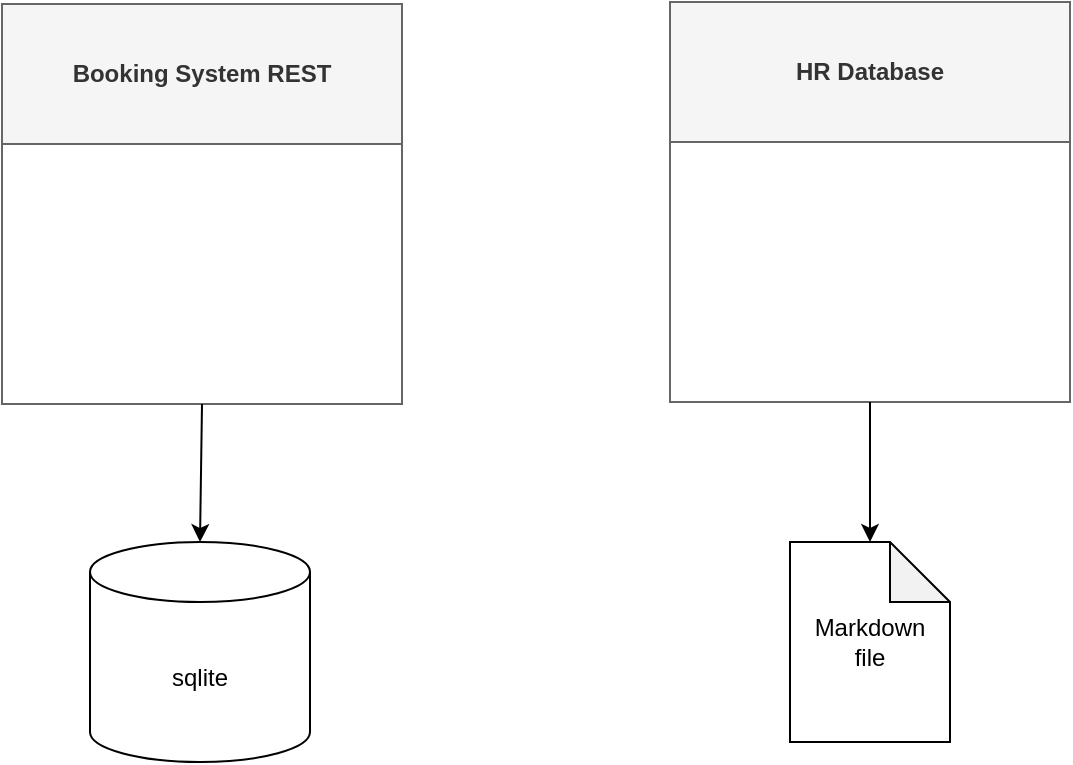
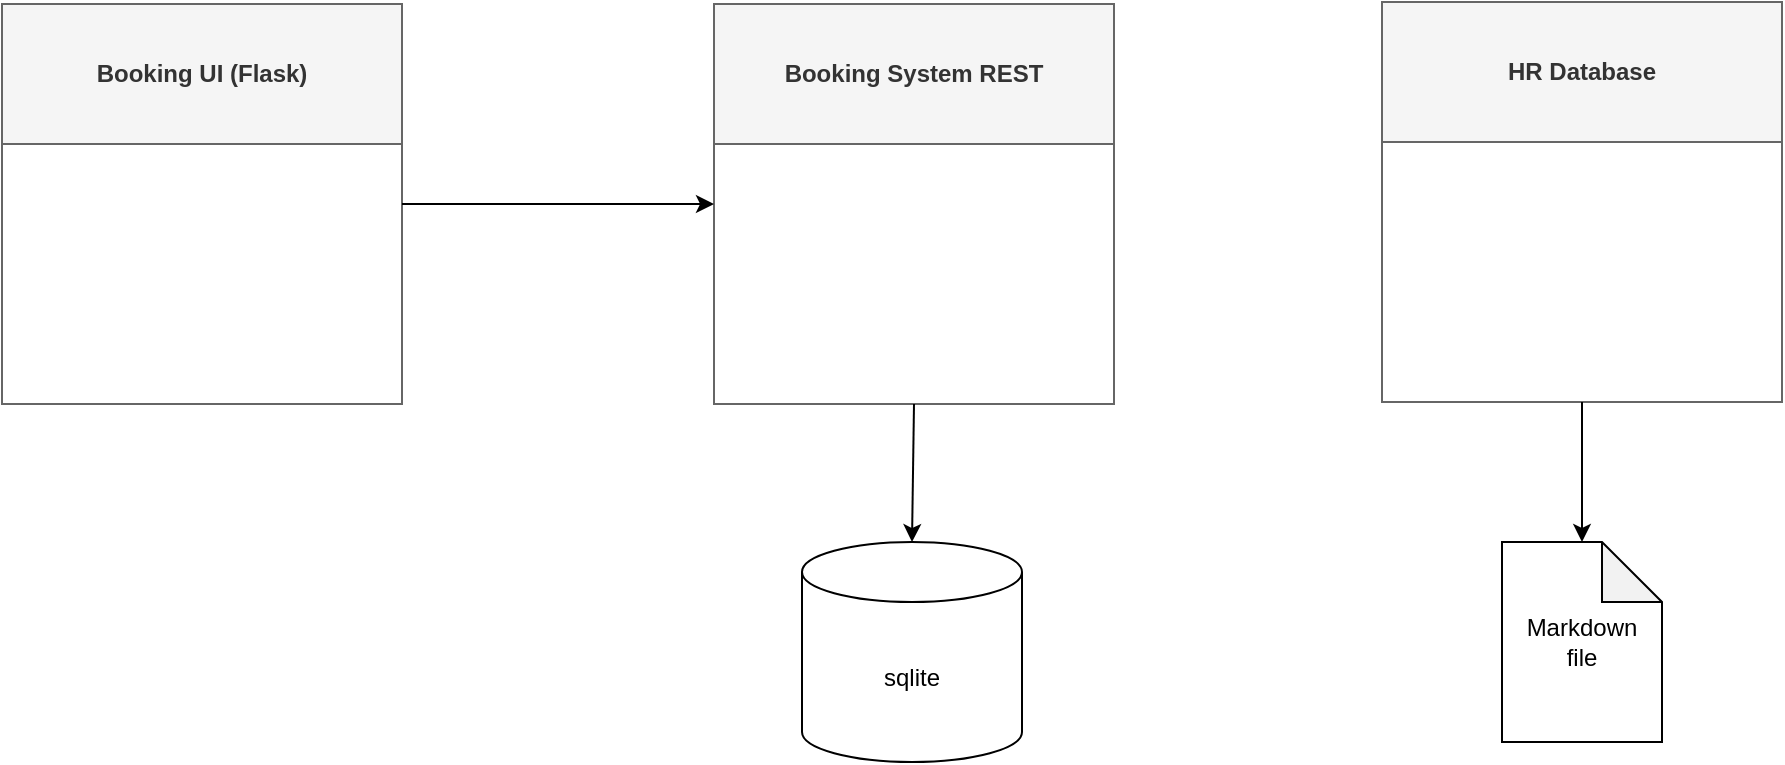
- <mxfile host="Electron" agent="Mozilla/5.0 (Macintosh; Intel Mac OS X 10_15_7) AppleWebKit/537.36 (KHTML, like Gecko) draw.io/28.0.6 Chrome/138.0.7204.100 Electron/37.2.3 Safari/537.36" version="28.0.6">
-   <diagram name="Page-1" id="oSzGu3YSpmeSQrcyzl7i">
-     <mxGraphModel dx="1002" dy="766" grid="1" gridSize="10" guides="1" tooltips="1" connect="1" arrows="1" fold="1" page="1" pageScale="1" pageWidth="850" pageHeight="1100" math="0" shadow="0">
+ <mxfile host="Electron" agent="Mozilla/5.0 (Macintosh; Intel Mac OS X 10_15_7) AppleWebKit/537.36 (KHTML, like Gecko) draw.io/28.0.6 Chrome/138.0.7204.100 Electron/37.2.3 Safari/537.36" version="28.0.6" pages="2">
+   <diagram name="Applications" id="oSzGu3YSpmeSQrcyzl7i">
+     <mxGraphModel dx="1852" dy="766" grid="1" gridSize="10" guides="1" tooltips="1" connect="1" arrows="1" fold="1" page="1" pageScale="1" pageWidth="850" pageHeight="1100" math="0" shadow="0">
      <root>
        <mxCell id="0" />
        <mxCell id="1" parent="0" />
-         <mxCell id="qzX9WnzFwtqkp_D5N4OY-1" value="Booking System REST" style="swimlane;whiteSpace=wrap;html=1;fillColor=#f5f5f5;fontColor=#333333;strokeColor=#666666;startSize=70;" vertex="1" parent="1">
+         <mxCell id="qzX9WnzFwtqkp_D5N4OY-1" value="Booking System REST" style="swimlane;whiteSpace=wrap;html=1;fillColor=#f5f5f5;fontColor=#333333;strokeColor=#666666;startSize=70;" parent="1" vertex="1">
          <mxGeometry x="66" y="201" width="200" height="200" as="geometry" />
        </mxCell>
-         <mxCell id="qzX9WnzFwtqkp_D5N4OY-2" value="HR Database" style="swimlane;whiteSpace=wrap;html=1;fillColor=#f5f5f5;fontColor=#333333;strokeColor=#666666;startSize=70;" vertex="1" parent="1">
+         <mxCell id="qzX9WnzFwtqkp_D5N4OY-2" value="HR Database" style="swimlane;whiteSpace=wrap;html=1;fillColor=#f5f5f5;fontColor=#333333;strokeColor=#666666;startSize=70;" parent="1" vertex="1">
          <mxGeometry x="400" y="200" width="200" height="200" as="geometry" />
        </mxCell>
-         <mxCell id="qzX9WnzFwtqkp_D5N4OY-3" value="sqlite" style="shape=cylinder3;whiteSpace=wrap;html=1;boundedLbl=1;backgroundOutline=1;size=15;" vertex="1" parent="1">
+         <mxCell id="qzX9WnzFwtqkp_D5N4OY-3" value="sqlite" style="shape=cylinder3;whiteSpace=wrap;html=1;boundedLbl=1;backgroundOutline=1;size=15;" parent="1" vertex="1">
          <mxGeometry x="110" y="470" width="110" height="110" as="geometry" />
        </mxCell>
-         <mxCell id="qzX9WnzFwtqkp_D5N4OY-4" value="" style="endArrow=classic;html=1;rounded=0;entryX=0.5;entryY=0;entryDx=0;entryDy=0;entryPerimeter=0;exitX=0.5;exitY=1;exitDx=0;exitDy=0;" edge="1" parent="1" source="qzX9WnzFwtqkp_D5N4OY-1" target="qzX9WnzFwtqkp_D5N4OY-3">
+         <mxCell id="qzX9WnzFwtqkp_D5N4OY-4" value="" style="endArrow=classic;html=1;rounded=0;entryX=0.5;entryY=0;entryDx=0;entryDy=0;entryPerimeter=0;exitX=0.5;exitY=1;exitDx=0;exitDy=0;" parent="1" source="qzX9WnzFwtqkp_D5N4OY-1" target="qzX9WnzFwtqkp_D5N4OY-3" edge="1">
          <mxGeometry width="50" height="50" relative="1" as="geometry">
            <mxPoint x="170" y="400" as="sourcePoint" />
            <mxPoint x="450" y="370" as="targetPoint" />
          </mxGeometry>
        </mxCell>
-         <mxCell id="qzX9WnzFwtqkp_D5N4OY-5" value="Markdown&lt;br&gt;file" style="shape=note;whiteSpace=wrap;html=1;backgroundOutline=1;darkOpacity=0.05;" vertex="1" parent="1">
+         <mxCell id="qzX9WnzFwtqkp_D5N4OY-5" value="Markdown&lt;br&gt;file" style="shape=note;whiteSpace=wrap;html=1;backgroundOutline=1;darkOpacity=0.05;" parent="1" vertex="1">
          <mxGeometry x="460" y="470" width="80" height="100" as="geometry" />
        </mxCell>
-         <mxCell id="qzX9WnzFwtqkp_D5N4OY-6" value="" style="endArrow=classic;html=1;rounded=0;" edge="1" parent="1" target="qzX9WnzFwtqkp_D5N4OY-5">
+         <mxCell id="qzX9WnzFwtqkp_D5N4OY-6" value="" style="endArrow=classic;html=1;rounded=0;" parent="1" target="qzX9WnzFwtqkp_D5N4OY-5" edge="1">
          <mxGeometry width="50" height="50" relative="1" as="geometry">
            <mxPoint x="500" y="400" as="sourcePoint" />
            <mxPoint x="160" y="509" as="targetPoint" />
+           </mxGeometry>
+         </mxCell>
+         <mxCell id="su3ld8BRk4cUV_1eZcp0-1" value="Booking UI (Flask)" style="swimlane;whiteSpace=wrap;html=1;fillColor=#f5f5f5;fontColor=#333333;strokeColor=#666666;startSize=70;" vertex="1" parent="1">
+           <mxGeometry x="-290" y="201" width="200" height="200" as="geometry" />
+         </mxCell>
+         <mxCell id="su3ld8BRk4cUV_1eZcp0-2" value="" style="endArrow=classic;html=1;rounded=0;entryX=0;entryY=0.5;entryDx=0;entryDy=0;exitX=1;exitY=0.5;exitDx=0;exitDy=0;" edge="1" parent="1" source="su3ld8BRk4cUV_1eZcp0-1" target="qzX9WnzFwtqkp_D5N4OY-1">
+           <mxGeometry width="50" height="50" relative="1" as="geometry">
+             <mxPoint x="-80" y="490" as="sourcePoint" />
+             <mxPoint x="-30" y="440" as="targetPoint" />
+           </mxGeometry>
+         </mxCell>
+       </root>
+     </mxGraphModel>
+   </diagram>
+   <diagram name="Booking-Applications-Code-Engine" id="nPKPXMmHZ0pNjxZktcz5">
+     <mxGraphModel dx="3522" dy="2493" grid="1" gridSize="10" guides="1" tooltips="1" connect="1" arrows="1" fold="1" page="1" pageScale="1" pageWidth="850" pageHeight="1100" math="0" shadow="0">
+       <root>
+         <mxCell id="cYeO8ZuXjka0N3bMbHgs-0" />
+         <mxCell id="cYeO8ZuXjka0N3bMbHgs-1" parent="cYeO8ZuXjka0N3bMbHgs-0" />
+         <mxCell id="cYeO8ZuXjka0N3bMbHgs-9" value="" style="endArrow=classic;html=1;rounded=0;entryX=0;entryY=0.5;entryDx=0;entryDy=0;exitX=1;exitY=0.5;exitDx=0;exitDy=0;" edge="1" parent="cYeO8ZuXjka0N3bMbHgs-1" source="cYeO8ZuXjka0N3bMbHgs-8" target="cYeO8ZuXjka0N3bMbHgs-2">
+           <mxGeometry width="50" height="50" relative="1" as="geometry">
+             <mxPoint x="-80" y="490" as="sourcePoint" />
+             <mxPoint x="-30" y="440" as="targetPoint" />
+           </mxGeometry>
+         </mxCell>
+         <mxCell id="QI_yjghXDi1hATWqJZYk-2" value="Application" style="swimlane;whiteSpace=wrap;html=1;fillColor=#dae8fc;strokeColor=#6c8ebf;" vertex="1" parent="cYeO8ZuXjka0N3bMbHgs-1">
+           <mxGeometry x="-400" y="90" width="330" height="570" as="geometry" />
+         </mxCell>
+         <mxCell id="QI_yjghXDi1hATWqJZYk-0" value="Container" style="swimlane;whiteSpace=wrap;html=1;fillColor=#dae8fc;strokeColor=#6c8ebf;" vertex="1" parent="QI_yjghXDi1hATWqJZYk-2">
+           <mxGeometry x="30" y="50" width="270" height="490" as="geometry" />
+         </mxCell>
+         <mxCell id="cYeO8ZuXjka0N3bMbHgs-8" value="Booking UI (Flask)" style="swimlane;whiteSpace=wrap;html=1;fillColor=#f5f5f5;fontColor=#333333;strokeColor=#666666;startSize=70;" vertex="1" parent="QI_yjghXDi1hATWqJZYk-0">
+           <mxGeometry x="35" y="61" width="200" height="200" as="geometry" />
+         </mxCell>
+         <mxCell id="QI_yjghXDi1hATWqJZYk-3" value="Application" style="swimlane;whiteSpace=wrap;html=1;fillColor=#dae8fc;strokeColor=#6c8ebf;" vertex="1" parent="cYeO8ZuXjka0N3bMbHgs-1">
+           <mxGeometry x="10" y="90" width="330" height="570" as="geometry" />
+         </mxCell>
+         <mxCell id="QI_yjghXDi1hATWqJZYk-1" value="Container" style="swimlane;whiteSpace=wrap;html=1;fillColor=#dae8fc;strokeColor=#6c8ebf;" vertex="1" parent="QI_yjghXDi1hATWqJZYk-3">
+           <mxGeometry x="30" y="50" width="270" height="490" as="geometry" />
+         </mxCell>
+         <mxCell id="cYeO8ZuXjka0N3bMbHgs-2" value="Booking System REST" style="swimlane;whiteSpace=wrap;html=1;fillColor=#f5f5f5;fontColor=#333333;strokeColor=#666666;startSize=70;" vertex="1" parent="QI_yjghXDi1hATWqJZYk-1">
+           <mxGeometry x="35" y="61" width="200" height="200" as="geometry" />
+         </mxCell>
+         <mxCell id="cYeO8ZuXjka0N3bMbHgs-5" value="" style="endArrow=classic;html=1;rounded=0;entryX=0.5;entryY=0;entryDx=0;entryDy=0;entryPerimeter=0;exitX=0.5;exitY=1;exitDx=0;exitDy=0;" edge="1" parent="QI_yjghXDi1hATWqJZYk-1" source="cYeO8ZuXjka0N3bMbHgs-2" target="cYeO8ZuXjka0N3bMbHgs-4">
+           <mxGeometry width="50" height="50" relative="1" as="geometry">
+             <mxPoint x="139" y="260" as="sourcePoint" />
+             <mxPoint x="419" y="230" as="targetPoint" />
+           </mxGeometry>
+         </mxCell>
+         <mxCell id="cYeO8ZuXjka0N3bMbHgs-4" value="sqlite" style="shape=cylinder3;whiteSpace=wrap;html=1;boundedLbl=1;backgroundOutline=1;size=15;" vertex="1" parent="QI_yjghXDi1hATWqJZYk-1">
+           <mxGeometry x="79" y="330" width="110" height="110" as="geometry" />
+         </mxCell>
+         <mxCell id="QI_yjghXDi1hATWqJZYk-4" value="url" style="text;html=1;align=center;verticalAlign=middle;whiteSpace=wrap;rounded=0;" vertex="1" parent="cYeO8ZuXjka0N3bMbHgs-1">
+           <mxGeometry x="-60" y="270" width="60" height="30" as="geometry" />
+         </mxCell>
+         <mxCell id="QI_yjghXDi1hATWqJZYk-7" value="Project" style="swimlane;whiteSpace=wrap;html=1;fillColor=#dae8fc;strokeColor=#6c8ebf;" vertex="1" parent="cYeO8ZuXjka0N3bMbHgs-1">
+           <mxGeometry x="-425" y="40" width="785" height="640" as="geometry" />
+         </mxCell>
+         <mxCell id="QI_yjghXDi1hATWqJZYk-8" value="Code Engine" style="swimlane;whiteSpace=wrap;html=1;fillColor=#dae8fc;strokeColor=#6c8ebf;" vertex="1" parent="cYeO8ZuXjka0N3bMbHgs-1">
+           <mxGeometry x="-460" width="840" height="700" as="geometry" />
+         </mxCell>
+         <mxCell id="QI_yjghXDi1hATWqJZYk-9" value="Container Registry" style="swimlane;whiteSpace=wrap;html=1;fillColor=#dae8fc;strokeColor=#6c8ebf;" vertex="1" parent="cYeO8ZuXjka0N3bMbHgs-1">
+           <mxGeometry x="425" width="265" height="700" as="geometry" />
+         </mxCell>
+         <mxCell id="QI_yjghXDi1hATWqJZYk-10" value="Booking UI (Flask)&lt;br&gt;Container Image" style="swimlane;whiteSpace=wrap;html=1;fillColor=#f5f5f5;fontColor=#333333;strokeColor=#666666;startSize=70;" vertex="1" parent="QI_yjghXDi1hATWqJZYk-9">
+           <mxGeometry x="35" y="150" width="200" height="200" as="geometry" />
+         </mxCell>
+         <mxCell id="QI_yjghXDi1hATWqJZYk-11" value="Booking System REST" style="swimlane;whiteSpace=wrap;html=1;fillColor=#f5f5f5;fontColor=#333333;strokeColor=#666666;startSize=70;" vertex="1" parent="QI_yjghXDi1hATWqJZYk-9">
+           <mxGeometry x="35" y="400" width="200" height="200" as="geometry" />
+         </mxCell>
+         <mxCell id="QI_yjghXDi1hATWqJZYk-12" value="IBM Cloud" style="swimlane;whiteSpace=wrap;html=1;fillColor=#0050ef;fontColor=#ffffff;strokeColor=#001DBC;" vertex="1" parent="cYeO8ZuXjka0N3bMbHgs-1">
+           <mxGeometry x="-470" y="-40" width="1180" height="770" as="geometry" />
+         </mxCell>
+         <mxCell id="QI_yjghXDi1hATWqJZYk-13" value="" style="endArrow=none;dashed=1;html=1;dashPattern=1 3;strokeWidth=2;rounded=0;entryX=0;entryY=0.5;entryDx=0;entryDy=0;exitX=1;exitY=0.5;exitDx=0;exitDy=0;" edge="1" parent="cYeO8ZuXjka0N3bMbHgs-1" source="QI_yjghXDi1hATWqJZYk-1" target="QI_yjghXDi1hATWqJZYk-11">
+           <mxGeometry width="50" height="50" relative="1" as="geometry">
+             <mxPoint y="210" as="sourcePoint" />
+             <mxPoint x="50" y="160" as="targetPoint" />
+             <Array as="points">
+               <mxPoint x="410" y="385" />
+               <mxPoint x="410" y="500" />
+             </Array>
+           </mxGeometry>
+         </mxCell>
+         <mxCell id="QI_yjghXDi1hATWqJZYk-14" value="" style="endArrow=none;dashed=1;html=1;dashPattern=1 3;strokeWidth=2;rounded=0;exitX=1;exitY=0.5;exitDx=0;exitDy=0;entryX=0;entryY=0.5;entryDx=0;entryDy=0;" edge="1" parent="cYeO8ZuXjka0N3bMbHgs-1" source="QI_yjghXDi1hATWqJZYk-2" target="QI_yjghXDi1hATWqJZYk-10">
+           <mxGeometry width="50" height="50" relative="1" as="geometry">
+             <mxPoint y="210" as="sourcePoint" />
+             <mxPoint x="50" y="160" as="targetPoint" />
+             <Array as="points">
+               <mxPoint x="-40" y="375" />
+               <mxPoint x="-40" y="80" />
+               <mxPoint x="410" y="80" />
+               <mxPoint x="410" y="250" />
+             </Array>
+           </mxGeometry>
+         </mxCell>
+         <mxCell id="QI_yjghXDi1hATWqJZYk-15" value="Local Machine" style="swimlane;whiteSpace=wrap;html=1;fillColor=#f5f5f5;fontColor=#333333;strokeColor=#666666;" vertex="1" parent="cYeO8ZuXjka0N3bMbHgs-1">
+           <mxGeometry x="-1100" y="-40" width="590" height="780" as="geometry" />
+         </mxCell>
+         <mxCell id="QI_yjghXDi1hATWqJZYk-19" value="Browser" style="image;aspect=fixed;html=1;points=[];align=center;fontSize=12;image=img/lib/azure2/general/Browser.svg;" vertex="1" parent="QI_yjghXDi1hATWqJZYk-15">
+           <mxGeometry x="130" y="216" width="312.5" height="250" as="geometry" />
+         </mxCell>
+         <mxCell id="QI_yjghXDi1hATWqJZYk-20" value="" style="endArrow=classic;html=1;rounded=0;entryX=0;entryY=0.5;entryDx=0;entryDy=0;exitX=0.983;exitY=0.495;exitDx=0;exitDy=0;exitPerimeter=0;" edge="1" parent="cYeO8ZuXjka0N3bMbHgs-1" source="QI_yjghXDi1hATWqJZYk-19" target="cYeO8ZuXjka0N3bMbHgs-8">
+           <mxGeometry width="50" height="50" relative="1" as="geometry">
+             <mxPoint x="-670" y="301" as="sourcePoint" />
+             <mxPoint x="-620" y="270" as="targetPoint" />
          </mxGeometry>
        </mxCell>
      </root>
    </mxGraphModel>
  </diagram>
</mxfile>
